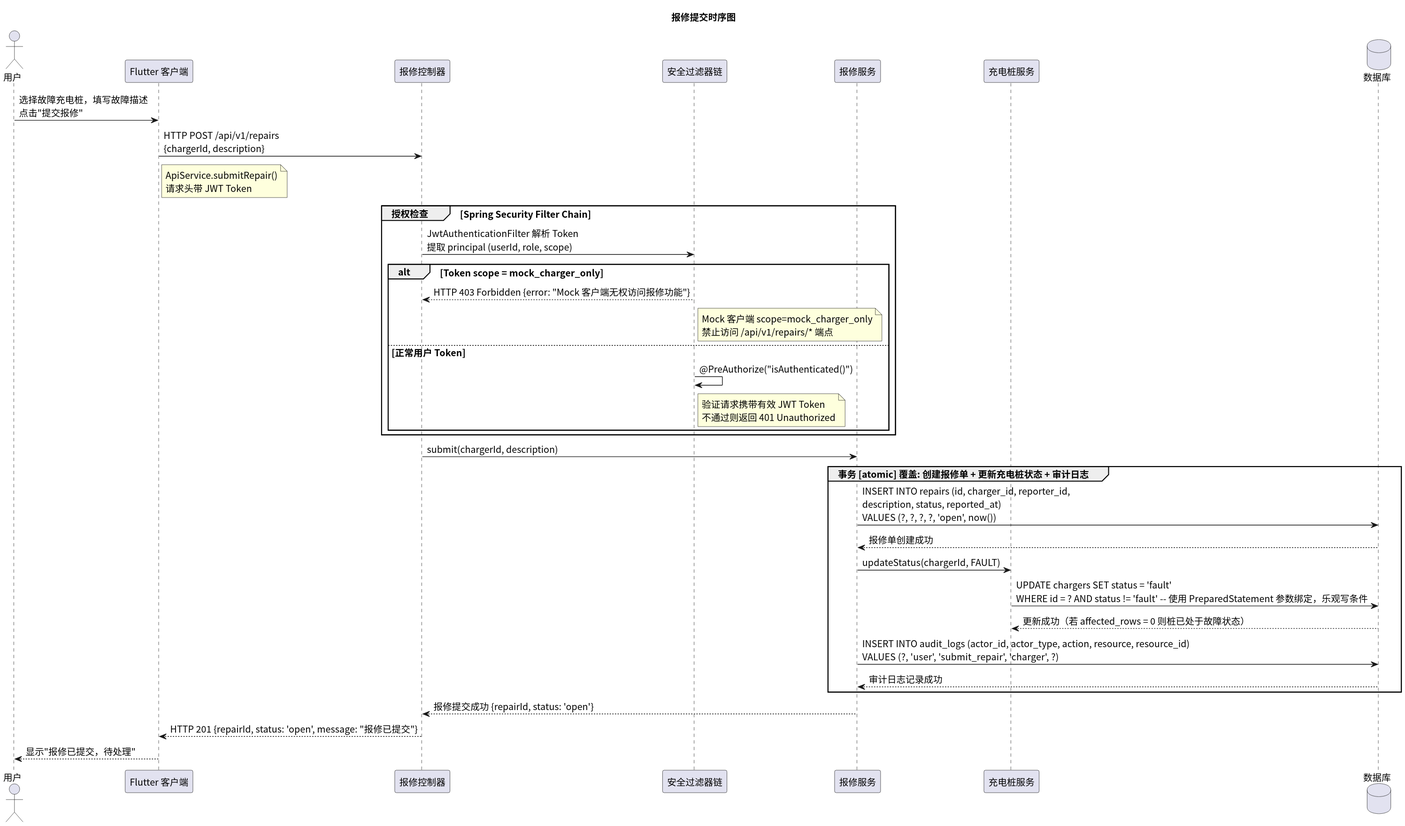
greenhandzdl/charging-station-doc keeps this PlantUML diagram as time/img/sequence_repair_submit.svg. Above is the earlier version.
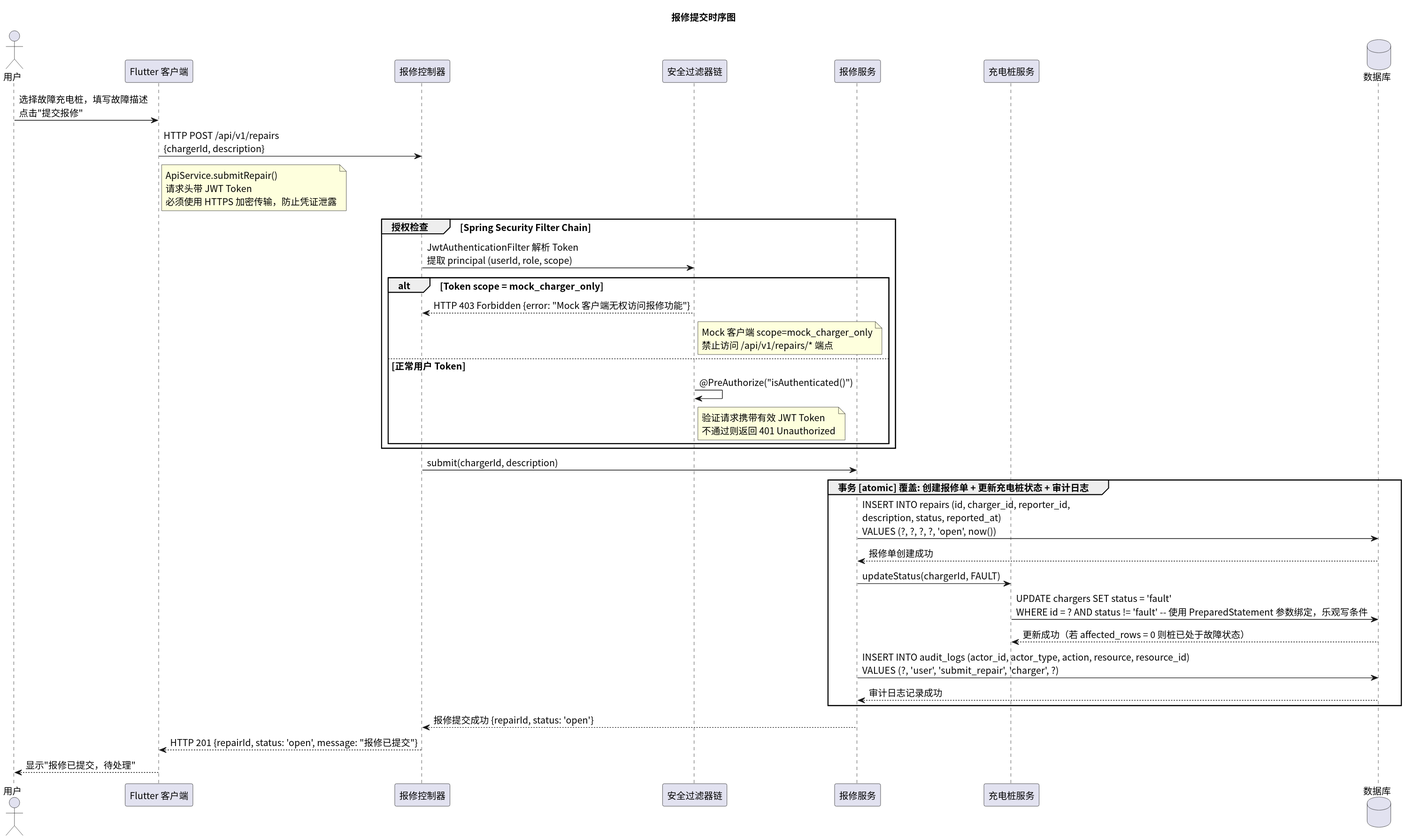
After the change.

What changed in the source:
```diff
@@ -13,7 +13,7 @@
 
 U -> FE: 选择故障充电桩，填写故障描述\n点击"提交报修"
 FE -> Ctrl: HTTP POST /api/v1/repairs\n{chargerId, description}
-note right FE : ApiService.submitRepair()\n请求头带 JWT Token
+note right FE : ApiService.submitRepair()\n请求头带 JWT Token\n必须使用 HTTPS 加密传输，防止凭证泄露
 
 group 授权检查 [Spring Security Filter Chain]
   Ctrl -> Security: JwtAuthenticationFilter 解析 Token\n提取 principal (userId, role, scope)
```
